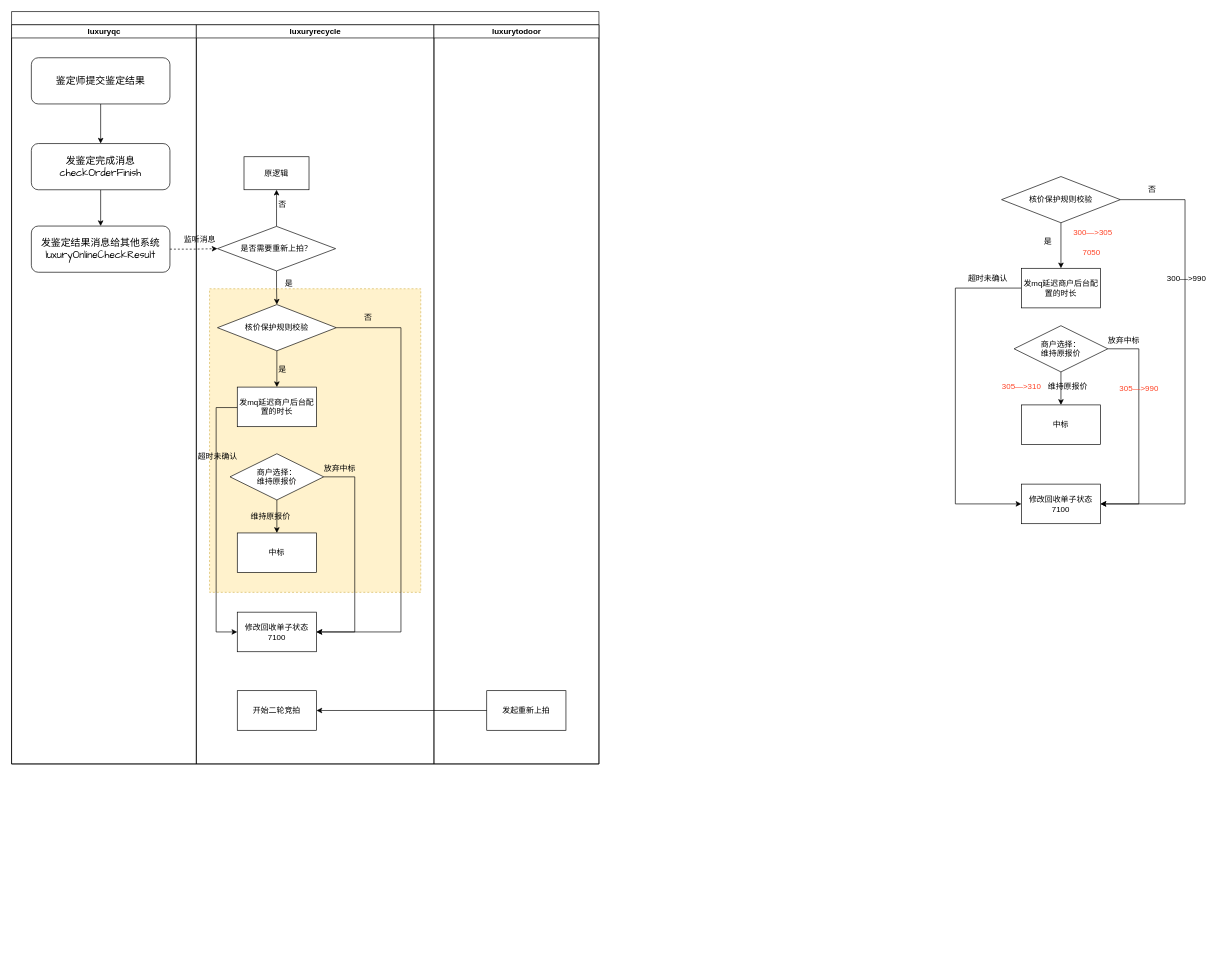
Above: 未命名绘图.drawio in Eiji1422/diagrams (draw.io), before the change. Source tidied: cells renumbered, new cells numbered last; positions are measured from the earlier drawing's top-left corner, leaving out a move shared by most shapes. Both pictures are drawn from the tidied source at 66%, with x=0, y=0 at pixel (11, 11).
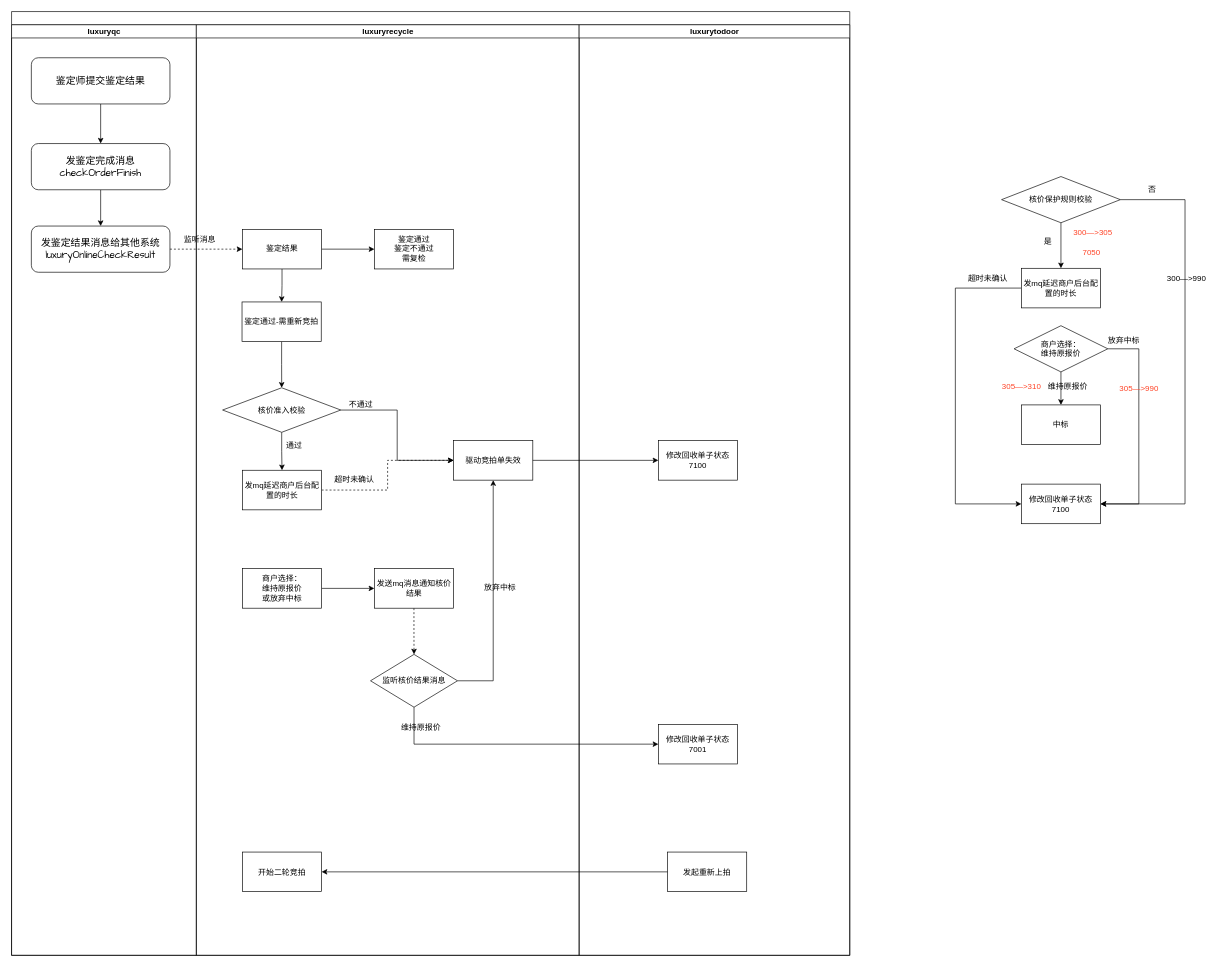
After the change.

Commit message:
更新未命名绘图.drawio

The change refers to these unchanged cells:
```xml
<mxCell id="8" value="&lt;font face=&quot;Comic Sans MS&quot;&gt;&lt;span style=&quot;font-size: 15px;&quot;&gt;发鉴定结果消息给其他系统&lt;/span&gt;&lt;br&gt;&lt;span style=&quot;font-size: 15px;&quot;&gt;luxuryOnlineCheckResult&lt;/span&gt;&lt;/font&gt;" style="rounded=1;whiteSpace=wrap;html=1;shadow=0;labelBackgroundColor=none;strokeWidth=1;fontFamily=Verdana;fontSize=8;align=center;" parent="3" vertex="1">
  <mxGeometry x="30" y="305" width="210" height="70" as="geometry" />
</mxCell>
```

The edit, as a diff of the source:
```diff
@@
     <mxCell id="2" style="swimlane;html=1;startSize=20;rounded=0;shadow=0;labelBackgroundColor=none;strokeWidth=1;fontFamily=Verdana;fontSize=8;align=center;" parent="1" vertex="1">
-      <mxGeometry width="890" height="1140" as="geometry" />
+      <mxGeometry width="1270" height="1430" as="geometry" />
     </mxCell>
     <mxCell id="3" value="luxuryqc" style="swimlane;html=1;startSize=20;" parent="2" vertex="1">
-      <mxGeometry y="20" width="280" height="1120" as="geometry" />
+      <mxGeometry y="20" width="280" height="1410" as="geometry" />
     </mxCell>
@@
     <mxCell id="9" value="luxuryrecycle" style="swimlane;html=1;startSize=20;" parent="2" vertex="1">
-      <mxGeometry x="280" y="20" width="360" height="1120" as="geometry" />
+      <mxGeometry x="280" y="20" width="580" height="1410" as="geometry" />
     </mxCell>
-    <mxCell id="10" style="rounded=0;whiteSpace=wrap;html=1;dashed=1;strokeColor=#d6b656;fillColor=#fff2cc;" parent="9" vertex="1">
-      <mxGeometry x="20" y="400" width="320" height="460" as="geometry" />
-    </mxCell>
@@
-    <mxCell id="12" style="edgeStyle=orthogonalEdgeStyle;rounded=0;jettySize=auto;html=1;" parent="9" edge="1" source="14" target="16">
-      <mxGeometry relative="1" as="geometry" />
-    </mxCell>
-    <mxCell id="13" style="edgeStyle=orthogonalEdgeStyle;rounded=0;jettySize=auto;html=1;entryX=1;entryY=0.5;entryDx=0;entryDy=0;exitX=1;exitY=0.5;exitDx=0;exitDy=0;" parent="9" edge="1" source="14" target="21">
-      <mxGeometry relative="1" as="geometry">
-        <Array as="points">
-          <mxPoint x="310" y="459" />
-          <mxPoint x="310" y="920" />
-        </Array>
-      </mxGeometry>
-    </mxCell>
-    <mxCell id="14" value="&lt;span style=&quot;font-family: &amp;quot;Comic Sans MS&amp;quot;;&quot;&gt;&lt;font&gt;核价保护规则校验&lt;/font&gt;&lt;/span&gt;" style="rhombus;whiteSpace=wrap;html=1;" parent="9" vertex="1">
-      <mxGeometry x="32" y="424" width="180" height="70" as="geometry" />
-    </mxCell>
-    <mxCell id="15" style="edgeStyle=orthogonalEdgeStyle;rounded=0;jettySize=auto;html=1;entryX=0;entryY=0.5;entryDx=0;entryDy=0;exitX=0;exitY=0.5;exitDx=0;exitDy=0;" parent="9" edge="1" source="16" target="21">
-      <mxGeometry relative="1" as="geometry">
-        <Array as="points">
-          <mxPoint x="30" y="580" />
-          <mxPoint x="30" y="920" />
-        </Array>
-      </mxGeometry>
-    </mxCell>
+    <mxCell id="65" style="edgeStyle=orthogonalEdgeStyle;rounded=0;jettySize=auto;html=1;entryX=0;entryY=0.5;entryDx=0;entryDy=0;dashed=1;" parent="9" edge="1" source="16" target="74">
+      <mxGeometry relative="1" as="geometry" />
+    </mxCell>
     <mxCell id="16" value="发mq延迟商户后台配置的时长" style="whiteSpace=wrap;html=1;" parent="9" vertex="1">
-      <mxGeometry x="62" y="549" width="120" height="60" as="geometry" />
+      <mxGeometry x="69.8" y="675" width="120" height="60" as="geometry" />
     </mxCell>
-    <mxCell id="17" style="edgeStyle=orthogonalEdgeStyle;rounded=0;jettySize=auto;html=1;" parent="9" edge="1" source="19" target="20">
-      <mxGeometry relative="1" as="geometry" />
-    </mxCell>
-    <mxCell id="18" style="edgeStyle=orthogonalEdgeStyle;rounded=0;jettySize=auto;html=1;entryX=1;entryY=0.5;entryDx=0;entryDy=0;exitX=1;exitY=0.5;exitDx=0;exitDy=0;" parent="9" edge="1" source="19" target="21">
-      <mxGeometry relative="1" as="geometry">
-        <Array as="points">
-          <mxPoint x="240" y="685" />
-          <mxPoint x="240" y="920" />
-        </Array>
-      </mxGeometry>
-    </mxCell>
-    <mxCell id="19" value="商户选择：&lt;br&gt;维持原报价" style="rhombus;whiteSpace=wrap;html=1;" parent="9" vertex="1">
-      <mxGeometry x="51" y="650" width="142" height="70" as="geometry" />
-    </mxCell>
-    <mxCell id="20" value="中标" style="whiteSpace=wrap;html=1;" parent="9" vertex="1">
-      <mxGeometry x="62" y="770" width="120" height="60" as="geometry" />
-    </mxCell>
-    <mxCell id="21" value="修改回收单子状态&lt;br&gt;7100" style="whiteSpace=wrap;html=1;" parent="9" vertex="1">
-      <mxGeometry x="62" y="890" width="120" height="60" as="geometry" />
-    </mxCell>
-    <mxCell id="22" value="否" style="text;html=1;align=center;verticalAlign=middle;strokeColor=none;fillColor=none;" parent="9" vertex="1">
-      <mxGeometry x="240" y="429" width="40" height="30" as="geometry" />
-    </mxCell>
     <mxCell id="23" value="开始二轮竞拍" style="whiteSpace=wrap;html=1;" parent="9" vertex="1">
-      <mxGeometry x="62" y="1009" width="120" height="60" as="geometry" />
+      <mxGeometry x="69.8" y="1253.5" width="120" height="60" as="geometry" />
     </mxCell>
-    <mxCell id="24" style="edgeStyle=orthogonalEdgeStyle;rounded=0;jettySize=auto;html=1;" parent="9" edge="1" source="26" target="14">
+    <mxCell id="24" style="edgeStyle=orthogonalEdgeStyle;rounded=0;jettySize=auto;html=1;entryX=0.5;entryY=0;entryDx=0;entryDy=0;" parent="9" edge="1" source="26" target="16">
       <mxGeometry relative="1" as="geometry" />
     </mxCell>
-    <mxCell id="25" style="edgeStyle=orthogonalEdgeStyle;rounded=0;jettySize=auto;html=1;" parent="9" edge="1" source="26" target="27">
-      <mxGeometry relative="1" as="geometry" />
-    </mxCell>
+    <mxCell id="66" style="edgeStyle=orthogonalEdgeStyle;rounded=0;jettySize=auto;html=1;entryX=0;entryY=0.5;entryDx=0;entryDy=0;" parent="9" edge="1" source="26" target="74">
+      <mxGeometry relative="1" as="geometry" />
+    </mxCell>
-    <mxCell id="26" value="是否需要重新上拍？" style="rhombus;whiteSpace=wrap;html=1;" parent="9" vertex="1">
-      <mxGeometry x="32" y="305.5" width="179" height="67.5" as="geometry" />
+    <mxCell id="26" value="核价准入校验" style="rhombus;whiteSpace=wrap;html=1;" parent="9" vertex="1">
+      <mxGeometry x="39.8" y="550" width="179" height="67.5" as="geometry" />
     </mxCell>
-    <mxCell id="27" value="原逻辑" style="whiteSpace=wrap;html=1;" parent="9" vertex="1">
-      <mxGeometry x="72.2" y="200" width="98.5" height="50" as="geometry" />
-    </mxCell>
     <mxCell id="28" value="超时未确认" style="text;html=1;align=center;verticalAlign=middle;strokeColor=none;fillColor=none;" parent="9" vertex="1">
-      <mxGeometry x="-7.8" y="640" width="80" height="30" as="geometry" />
+      <mxGeometry x="198.8" y="675" width="80" height="30" as="geometry" />
     </mxCell>
+    <mxCell id="43" value="通过" style="text;html=1;align=center;verticalAlign=middle;strokeColor=none;fillColor=none;" parent="9" vertex="1">
+      <mxGeometry x="122.8" y="622.5" width="50" height="30" as="geometry" />
+    </mxCell>
+    <mxCell id="67" style="edgeStyle=orthogonalEdgeStyle;rounded=0;jettySize=auto;html=1;" parent="9" edge="1" source="69" target="70">
+      <mxGeometry relative="1" as="geometry" />
+    </mxCell>
+    <mxCell id="68" style="edgeStyle=orthogonalEdgeStyle;rounded=0;jettySize=auto;html=1;" parent="9" edge="1" source="69" target="72">
+      <mxGeometry relative="1" as="geometry" />
+    </mxCell>
+    <mxCell id="69" value="鉴定结果" style="whiteSpace=wrap;html=1;" parent="9" vertex="1">
+      <mxGeometry x="69.8" y="310" width="120" height="60" as="geometry" />
+    </mxCell>
+    <mxCell id="70" value="鉴定通过&lt;br&gt;鉴定不通过&lt;br&gt;需复检" style="whiteSpace=wrap;html=1;" parent="9" vertex="1">
+      <mxGeometry x="269.8" y="310" width="120" height="60" as="geometry" />
+    </mxCell>
+    <mxCell id="71" style="edgeStyle=orthogonalEdgeStyle;rounded=0;jettySize=auto;html=1;" parent="9" edge="1" source="72" target="26">
+      <mxGeometry relative="1" as="geometry" />
+    </mxCell>
+    <mxCell id="72" value="鉴定通过-需重新竞拍" style="whiteSpace=wrap;html=1;" parent="9" vertex="1">
+      <mxGeometry x="69.2" y="420" width="120" height="60" as="geometry" />
+    </mxCell>
+    <mxCell id="73" value="不通过" style="text;html=1;align=center;verticalAlign=middle;strokeColor=none;fillColor=none;" parent="9" vertex="1">
+      <mxGeometry x="218.8" y="560" width="60" height="30" as="geometry" />
+    </mxCell>
+    <mxCell id="74" value="驱动竞拍单失效" style="whiteSpace=wrap;html=1;" parent="9" vertex="1">
+      <mxGeometry x="389.8" y="630" width="120" height="60" as="geometry" />
+    </mxCell>
+    <mxCell id="75" style="edgeStyle=orthogonalEdgeStyle;rounded=0;jettySize=auto;html=1;dashed=1;" parent="9" edge="1" source="76" target="78">
+      <mxGeometry relative="1" as="geometry" />
+    </mxCell>
+    <mxCell id="76" value="发送mq消息通知核价结果" style="whiteSpace=wrap;html=1;" parent="9" vertex="1">
+      <mxGeometry x="269.7" y="824" width="120" height="60" as="geometry" />
+    </mxCell>
+    <mxCell id="77" style="edgeStyle=orthogonalEdgeStyle;rounded=0;jettySize=auto;html=1;entryX=0.5;entryY=1;entryDx=0;entryDy=0;exitX=1;exitY=0.5;exitDx=0;exitDy=0;" parent="9" edge="1" source="78" target="74">
+      <mxGeometry relative="1" as="geometry" />
+    </mxCell>
+    <mxCell id="78" value="&lt;span style=&quot;text-wrap-mode: nowrap;&quot;&gt;监听核价结果消息&lt;/span&gt;" style="rhombus;whiteSpace=wrap;html=1;" parent="9" vertex="1">
+      <mxGeometry x="263.9" y="954" width="131.8" height="80" as="geometry" />
+    </mxCell>
+    <mxCell id="79" style="edgeStyle=orthogonalEdgeStyle;rounded=0;jettySize=auto;html=1;entryX=0;entryY=0.5;entryDx=0;entryDy=0;" parent="9" edge="1" source="80" target="76">
+      <mxGeometry relative="1" as="geometry" />
+    </mxCell>
+    <mxCell id="80" value="商户选择：&lt;br&gt;维持原报价&lt;div&gt;或&lt;span style=&quot;background-color: transparent; color: light-dark(rgb(0, 0, 0), rgb(255, 255, 255));&quot;&gt;放弃中标&lt;/span&gt;&lt;/div&gt;" style="whiteSpace=wrap;html=1;" parent="9" vertex="1">
+      <mxGeometry x="69.8" y="824" width="120" height="60" as="geometry" />
+    </mxCell>
     <mxCell id="29" value="维持原报价" style="text;html=1;align=center;verticalAlign=middle;strokeColor=none;fillColor=none;" parent="9" vertex="1">
-      <mxGeometry x="72.2" y="730" width="80" height="30" as="geometry" />
+      <mxGeometry x="300" y="1050" width="80" height="30" as="geometry" />
     </mxCell>
-    <mxCell id="30" value="放弃中标" style="text;html=1;align=center;verticalAlign=middle;strokeColor=none;fillColor=none;" parent="9" vertex="1">
-      <mxGeometry x="182" y="658" width="70" height="30" as="geometry" />
-    </mxCell>
     <mxCell id="31" value="luxurytodoor" style="swimlane;html=1;startSize=20;" parent="2" vertex="1">
-      <mxGeometry x="640" y="20" width="250" height="1120" as="geometry" />
+      <mxGeometry x="860" y="20" width="410" height="1410" as="geometry" />
     </mxCell>
     <mxCell id="32" value="发起重新上拍" style="whiteSpace=wrap;html=1;" parent="31" vertex="1">
-      <mxGeometry x="80" y="1009" width="120" height="60" as="geometry" />
+      <mxGeometry x="133.9" y="1253.5" width="120" height="60" as="geometry" />
     </mxCell>
+    <mxCell id="21" value="修改回收单子状态&lt;br&gt;7100" style="whiteSpace=wrap;html=1;" parent="31" vertex="1">
+      <mxGeometry x="120" y="630" width="120" height="60" as="geometry" />
+    </mxCell>
+    <mxCell id="81" value="修改回收单子状态&lt;br&gt;7001" style="whiteSpace=wrap;html=1;" parent="31" vertex="1">
+      <mxGeometry x="120" y="1060" width="120" height="60" as="geometry" />
+    </mxCell>
@@
-    <mxCell id="41" style="edgeStyle=orthogonalEdgeStyle;rounded=0;jettySize=auto;html=1;exitX=1;exitY=0.5;exitDx=0;exitDy=0;entryX=0;entryY=0.5;entryDx=0;entryDy=0;dashed=1;" parent="2" edge="1" source="8" target="26">
-      <mxGeometry relative="1" as="geometry" />
-    </mxCell>
-    <mxCell id="42" value="是" style="text;html=1;align=center;verticalAlign=middle;strokeColor=none;fillColor=none;" parent="1" vertex="1">
-      <mxGeometry x="390" y="527" width="40" height="30" as="geometry" />
-    </mxCell>
-    <mxCell id="43" value="是" style="text;html=1;align=center;verticalAlign=middle;strokeColor=none;fillColor=none;" parent="1" vertex="1">
-      <mxGeometry x="400" y="398" width="40" height="30" as="geometry" />
-    </mxCell>
-    <mxCell id="44" value="否" style="text;html=1;align=center;verticalAlign=middle;strokeColor=none;fillColor=none;" parent="1" vertex="1">
-      <mxGeometry x="390" y="278" width="40" height="30" as="geometry" />
-    </mxCell>
+    <mxCell id="82" style="edgeStyle=orthogonalEdgeStyle;rounded=0;jettySize=auto;html=1;exitX=1;exitY=0.5;exitDx=0;exitDy=0;entryX=0;entryY=0.5;entryDx=0;entryDy=0;dashed=1;" parent="2" edge="1" source="8" target="69">
+      <mxGeometry relative="1" as="geometry" />
+    </mxCell>
+    <mxCell id="83" style="edgeStyle=orthogonalEdgeStyle;rounded=0;jettySize=auto;html=1;entryX=0;entryY=0.5;entryDx=0;entryDy=0;" parent="2" edge="1" source="74" target="21">
+      <mxGeometry relative="1" as="geometry" />
+    </mxCell>
+    <mxCell id="84" style="edgeStyle=orthogonalEdgeStyle;rounded=0;jettySize=auto;html=1;entryX=0;entryY=0.5;entryDx=0;entryDy=0;exitX=0.5;exitY=1;exitDx=0;exitDy=0;" parent="2" edge="1" source="78" target="81">
+      <mxGeometry relative="1" as="geometry" />
+    </mxCell>
@@
+    <mxCell id="30" value="放弃中标" style="text;html=1;align=center;verticalAlign=middle;strokeColor=none;fillColor=none;" parent="1" vertex="1">
+      <mxGeometry x="705" y="858" width="70" height="30" as="geometry" />
+    </mxCell>
```
